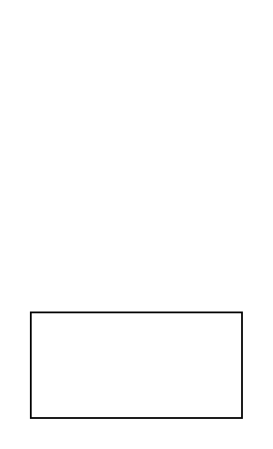
Before: Diagrams/Untitled Diagram.drawio in JaneyRG/AI_Job_Finder, a draw.io diagram. Source tidied: cells renumbered, new cells numbered last; positions are measured from the earlier drawing's top-left corner, leaving out a move shared by most shapes. Both pictures are drawn from the tidied source at 176%, with x=0, y=0 at pixel (30, 312).
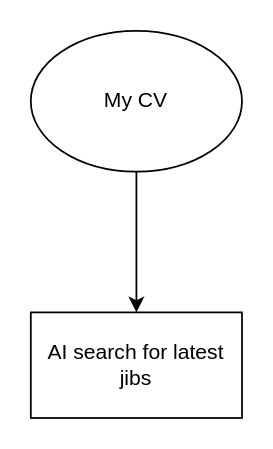
Above is the later version.

Diff of the diagram source:
```diff
@@
 <mxGraphModel>
   <root>
     <mxCell id="0" />
     <mxCell id="1" parent="0" />
-    <mxCell id="2" style="rounded=0;whiteSpace=wrap;html=1;" parent="1" vertex="1">
+    <mxCell id="2" value="AI search for latest jibs" style="rounded=0;whiteSpace=wrap;html=1;" parent="1" vertex="1">
       <mxGeometry width="120" height="60" as="geometry" />
     </mxCell>
+    <mxCell id="3" value="My CV" style="ellipse;whiteSpace=wrap;html=1;" parent="1" vertex="1">
+      <mxGeometry y="-160" width="120" height="80" as="geometry" />
+    </mxCell>
+    <mxCell id="4" style="endArrow=classic;html=1;rounded=0;exitX=0.5;exitY=1;exitDx=0;exitDy=0;entryX=0.5;entryY=0;entryDx=0;entryDy=0;" parent="1" edge="1" source="3" target="2">
+      <mxGeometry relative="1" as="geometry" />
+    </mxCell>
   </root>
 </mxGraphModel>
```
